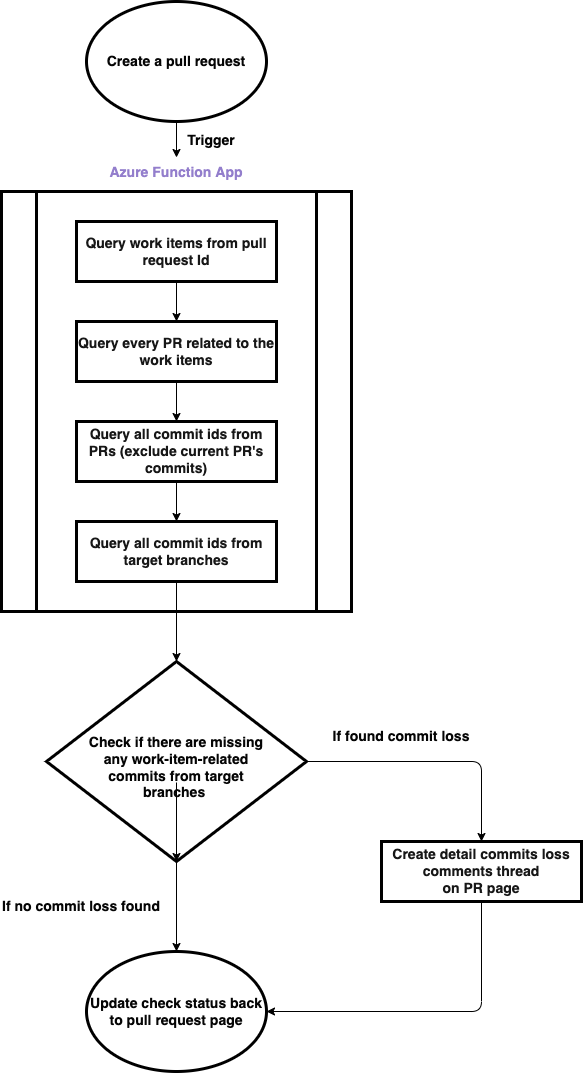
The draw.io diagram image/design.png in frank93011/WorkItemPRChecker, before a commit. Source tidied: cells renumbered, new cells last; positions are measured from the earlier drawing's top-left corner, leaving out a move shared by most shapes.
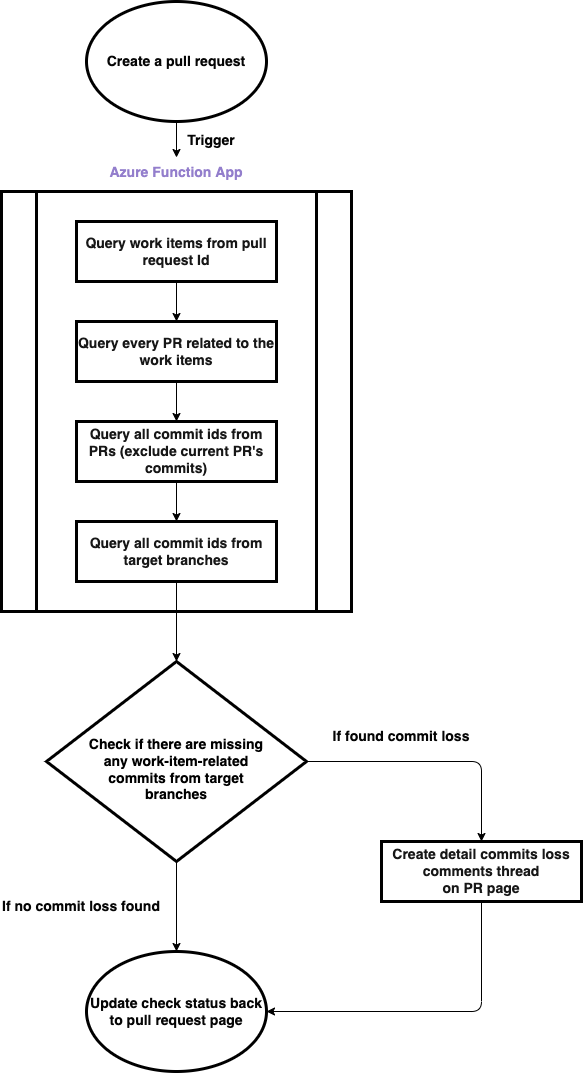
After the commit.

Change to the diagram source:
```diff
@@ -26,8 +26,10 @@
     <mxCell id="9" value="&lt;font color=&quot;#171717&quot; style=&quot;font-size: 14px;&quot;&gt;&lt;b style=&quot;font-size: 14px;&quot;&gt;Query all commit ids from PRs (exclude current PR's commits)&lt;/b&gt;&lt;/font&gt;" style="rounded=0;whiteSpace=wrap;html=1;fillColor=none;strokeWidth=3;strokeColor=#000000;fontSize=14;" parent="1" vertex="1">
       <mxGeometry x="75" y="420" width="200" height="60" as="geometry" />
     </mxCell>
-    <mxCell id="10" style="edgeStyle=none;html=1;entryX=0.5;entryY=0;entryDx=0;entryDy=0;strokeColor=#000000;fontSize=14;fontColor=#050505;" parent="1" edge="1" source="11" target="14">
-      <mxGeometry relative="1" as="geometry" />
+    <mxCell id="10" style="edgeStyle=none;html=1;entryX=0.5;entryY=0;entryDx=0;entryDy=0;strokeColor=#000000;fontSize=14;fontColor=#050505;" parent="1" edge="1" source="11">
+      <mxGeometry relative="1" as="geometry">
+        <mxPoint x="175" y="660" as="targetPoint" />
+      </mxGeometry>
     </mxCell>
     <mxCell id="11" value="&lt;font color=&quot;#171717&quot; style=&quot;font-size: 14px;&quot;&gt;&lt;b style=&quot;font-size: 14px;&quot;&gt;Query all commit ids from target branches&lt;/b&gt;&lt;/font&gt;" style="rounded=0;whiteSpace=wrap;html=1;fillColor=none;strokeWidth=3;strokeColor=#000000;fontSize=14;" parent="1" vertex="1">
       <mxGeometry x="75" y="520" width="200" height="60" as="geometry" />
@@ -35,18 +37,6 @@
     <mxCell id="12" value="&lt;font style=&quot;font-size: 14px;&quot;&gt;&lt;b style=&quot;font-size: 14px;&quot;&gt;Update check status back to pull request page&lt;/b&gt;&lt;/font&gt;" style="ellipse;whiteSpace=wrap;html=1;strokeColor=#000000;strokeWidth=3;fontSize=14;fontColor=#050505;fillColor=none;" parent="1" vertex="1">
       <mxGeometry x="85" y="950" width="180" height="120" as="geometry" />
     </mxCell>
-    <mxCell id="13" style="group;" parent="1" vertex="1">
-      <mxGeometry x="45" y="670" width="260" height="180" as="geometry" />
-    </mxCell>
-    <mxCell id="14" value="&lt;p style=&quot;line-height: 130%;&quot;&gt;&lt;br&gt;&lt;/p&gt;" style="rhombus;whiteSpace=wrap;html=1;strokeColor=#000000;strokeWidth=3;fontColor=#937ECC;fillColor=none;align=center;" parent="13" vertex="1">
-      <mxGeometry y="-10" width="260" height="200" as="geometry" />
-    </mxCell>
-    <mxCell id="15" style="edgeStyle=none;html=1;exitX=0.5;exitY=1;exitDx=0;exitDy=0;entryX=0.5;entryY=1;entryDx=0;entryDy=0;fontSize=12;fontColor=#050505;" parent="13" edge="1" source="16" target="14">
-      <mxGeometry relative="1" as="geometry" />
-    </mxCell>
-    <mxCell id="16" value="&lt;b style=&quot;&quot;&gt;&lt;font style=&quot;font-size: 14px;&quot;&gt;Check if there are missing any work-item-related commits from target branches&amp;nbsp;&lt;/font&gt;&lt;/b&gt;" style="text;html=1;strokeColor=none;fillColor=none;align=center;verticalAlign=middle;whiteSpace=wrap;rounded=0;strokeWidth=3;fontSize=7;fontColor=#050505;" parent="13" vertex="1">
-      <mxGeometry x="35" y="81" width="190" height="30" as="geometry" />
-    </mxCell>
     <mxCell id="17" style="edgeStyle=none;html=1;exitX=0.5;exitY=1;exitDx=0;exitDy=0;entryX=0.5;entryY=0;entryDx=0;entryDy=0;fontSize=14;fontColor=#050505;strokeColor=#000000;" parent="1" edge="1" source="18" target="3">
       <mxGeometry relative="1" as="geometry" />
     </mxCell>
@@ -56,8 +46,10 @@
     <mxCell id="19" value="Trigger" style="text;html=1;strokeColor=none;fillColor=none;align=center;verticalAlign=middle;whiteSpace=wrap;rounded=0;strokeWidth=3;fontSize=14;fontColor=#050505;fontStyle=1;" parent="1" vertex="1">
       <mxGeometry x="180" y="124" width="60" height="30" as="geometry" />
     </mxCell>
-    <mxCell id="20" style="edgeStyle=none;html=1;exitX=0.5;exitY=1;exitDx=0;exitDy=0;entryX=0.5;entryY=0;entryDx=0;entryDy=0;strokeColor=#000000;fontSize=14;fontColor=#050505;" parent="1" edge="1" source="14" target="12">
-      <mxGeometry relative="1" as="geometry" />
+    <mxCell id="20" style="edgeStyle=none;html=1;exitX=0.5;exitY=1;exitDx=0;exitDy=0;entryX=0.5;entryY=0;entryDx=0;entryDy=0;strokeColor=#000000;fontSize=14;fontColor=#050505;" parent="1" edge="1" target="12">
+      <mxGeometry relative="1" as="geometry">
+        <mxPoint x="175" y="860" as="sourcePoint" />
+      </mxGeometry>
     </mxCell>
     <mxCell id="21" style="edgeStyle=orthogonalEdgeStyle;html=1;exitX=0.5;exitY=1;exitDx=0;exitDy=0;entryX=1;entryY=0.5;entryDx=0;entryDy=0;strokeColor=#000000;fontSize=14;fontColor=#050505;" parent="1" edge="1" source="22" target="12">
       <mxGeometry relative="1" as="geometry" />
@@ -65,8 +57,10 @@
     <mxCell id="22" value="&lt;font color=&quot;#171717&quot;&gt;&lt;b&gt;Create detail commits loss comments&lt;/b&gt;&lt;/font&gt;&lt;b style=&quot;color: rgb(23, 23, 23);&quot;&gt;&amp;nbsp;thread&lt;/b&gt;&lt;font color=&quot;#171717&quot;&gt;&lt;b&gt;&lt;br&gt;on PR page&lt;/b&gt;&lt;/font&gt;" style="rounded=0;whiteSpace=wrap;html=1;fillColor=none;strokeWidth=3;strokeColor=#000000;fontSize=14;" parent="1" vertex="1">
       <mxGeometry x="380" y="840" width="200" height="60" as="geometry" />
     </mxCell>
-    <mxCell id="23" style="edgeStyle=orthogonalEdgeStyle;html=1;exitX=1;exitY=0.5;exitDx=0;exitDy=0;strokeColor=#000000;fontSize=14;fontColor=#050505;entryX=0.5;entryY=0;entryDx=0;entryDy=0;" parent="1" edge="1" source="14" target="22">
-      <mxGeometry relative="1" as="geometry" />
+    <mxCell id="23" style="edgeStyle=orthogonalEdgeStyle;html=1;exitX=1;exitY=0.5;exitDx=0;exitDy=0;strokeColor=#000000;fontSize=14;fontColor=#050505;entryX=0.5;entryY=0;entryDx=0;entryDy=0;" parent="1" edge="1" target="22">
+      <mxGeometry relative="1" as="geometry">
+        <mxPoint x="305" y="760" as="sourcePoint" />
+      </mxGeometry>
     </mxCell>
     <mxCell id="24" value="&lt;b&gt;If no commit loss found&lt;/b&gt;" style="text;html=1;strokeColor=none;fillColor=none;align=center;verticalAlign=middle;whiteSpace=wrap;rounded=0;strokeWidth=3;fontSize=14;fontColor=#050505;" parent="1" vertex="1">
       <mxGeometry y="890" width="160" height="30" as="geometry" />
@@ -74,5 +68,11 @@
     <mxCell id="25" value="&lt;b&gt;If found commit loss&lt;/b&gt;" style="text;html=1;strokeColor=none;fillColor=none;align=center;verticalAlign=middle;whiteSpace=wrap;rounded=0;strokeWidth=3;fontSize=14;fontColor=#050505;" parent="1" vertex="1">
       <mxGeometry x="320" y="720" width="160" height="30" as="geometry" />
     </mxCell>
+    <mxCell id="26" value="&lt;p style=&quot;line-height: 130%;&quot;&gt;&lt;br&gt;&lt;/p&gt;" style="rhombus;whiteSpace=wrap;html=1;strokeColor=#000000;strokeWidth=3;fontColor=#937ECC;fillColor=#ffffff;align=center;" parent="1" vertex="1">
+      <mxGeometry x="45" y="660" width="260" height="200" as="geometry" />
+    </mxCell>
+    <mxCell id="16" value="Check if there are missing any work-item-related commits from target branches" style="text;strokeColor=none;fillColor=none;align=center;verticalAlign=middle;rounded=0;fontColor=#000000;whiteSpace=wrap;fontSize=14;fontStyle=1;" parent="1" vertex="1">
+      <mxGeometry x="75" y="755.5" width="200" height="25" as="geometry" />
+    </mxCell>
   </root>
 </mxGraphModel>
```
